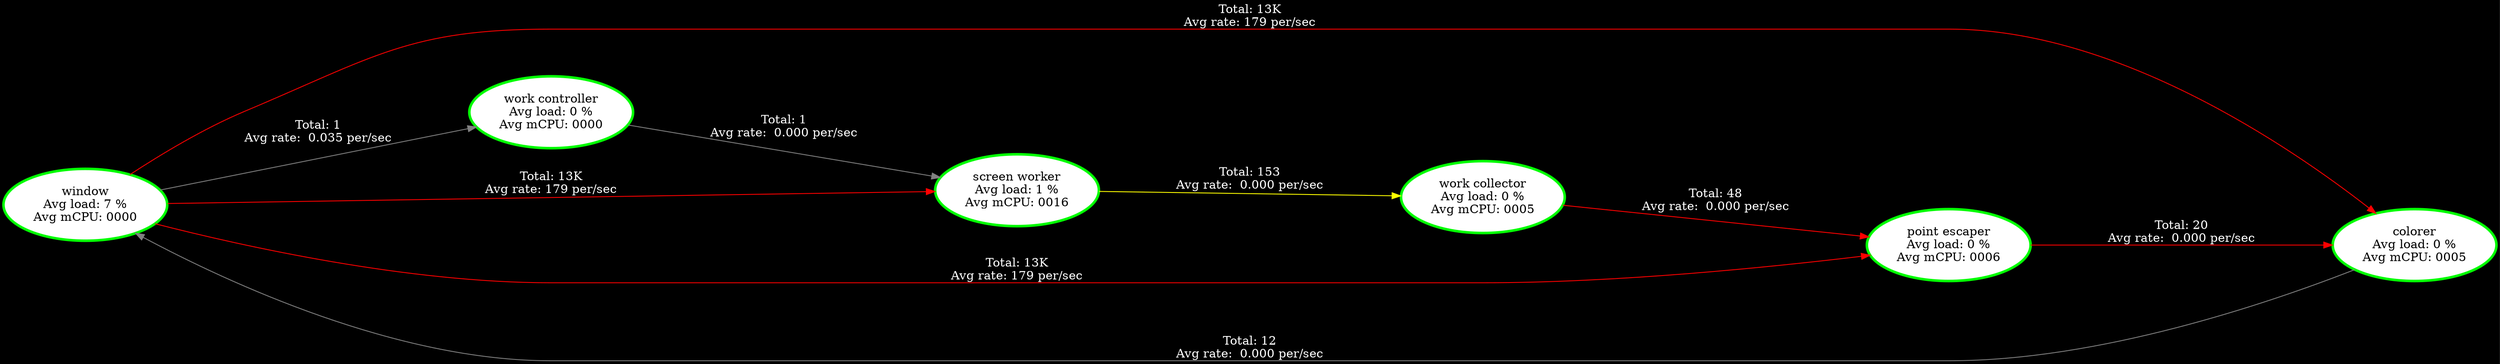
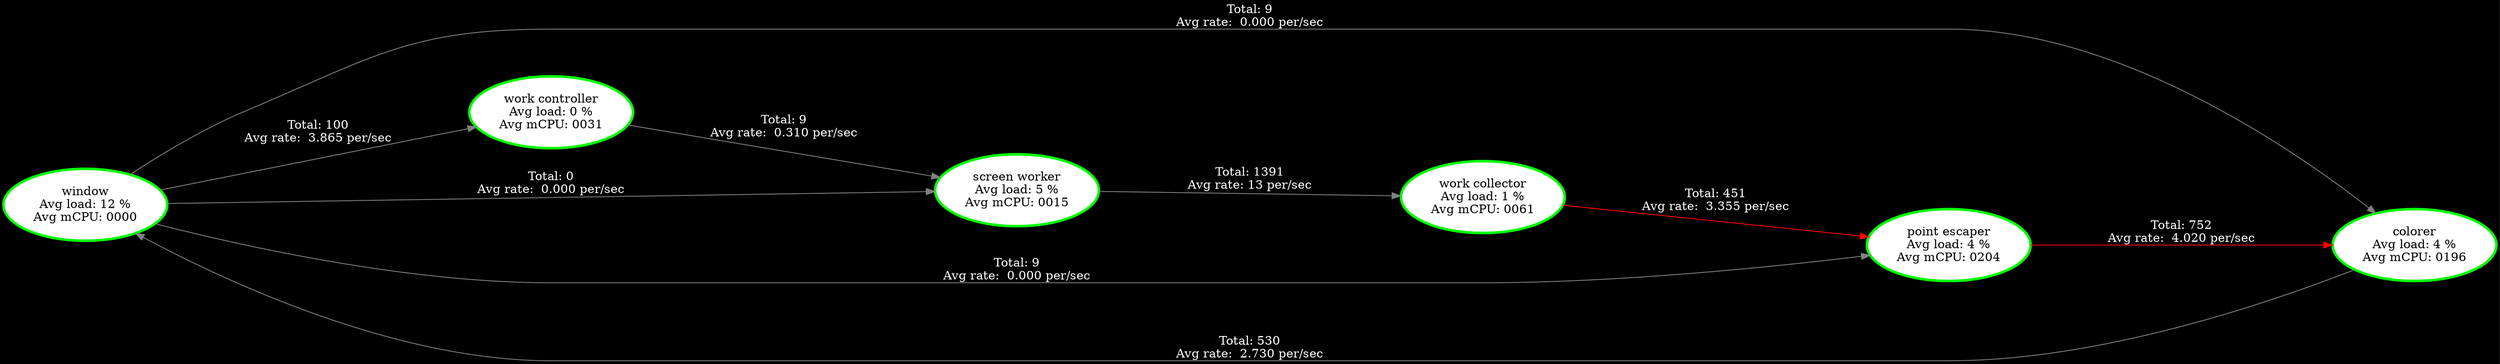
digraph G {
rankdir=LR;
graph [nodesep=.5, ranksep=2.5];
node [margin=0.1];
node [style=filled, fillcolor=white, fontcolor=black];
edge [color=white, fontcolor=white];
graph [bgcolor=black];
"window" [label="window
- Avg load: 7 %
+ Avg load: 12 %
Avg mCPU: 0000
- ", tooltip="window\n\nThreadId(15) Core:4\nWindow 12.8 secs\n--- Stats ---\nAvg load: 7 %\nAvg mCPU: 0000 \n", color="green", penwidth=3 ];
+ ", tooltip="window\n\nThreadId(15) Core:4\nWindow 12.8 secs\n--- Stats ---\nAvg load: 12 %\nAvg mCPU: 0000 \n", color="green", penwidth=3 ];
"colorer" [label="colorer
- Avg load: 0 %
- Avg mCPU: 0005
- ", tooltip="colorer\n\nThreadId(16) Core:5\nWindow 12.8 secs\n--- Stats ---\nAvg load: 0 %\nAvg mCPU: 0005 \n", color="green", penwidth=3 ];
+ Avg load: 4 %
+ Avg mCPU: 0196
+ ", tooltip="colorer\n\nThreadId(16) Core:5\nWindow 12.8 secs\n--- Stats ---\nAvg load: 4 %\nAvg mCPU: 0196 \n", color="green", penwidth=3 ];
"work controller" [label="work controller
Avg load: 0 %
- Avg mCPU: 0000
- ", tooltip="work controller\n\nThreadId(17) Core:6\nWindow 12.8 secs\n--- Stats ---\nAvg load: 0 %\nAvg mCPU: 0000 \n", color="green", penwidth=3 ];
+ Avg mCPU: 0031
+ ", tooltip="work controller\n\nThreadId(17) Core:6\nWindow 12.8 secs\n--- Stats ---\nAvg load: 0 %\nAvg mCPU: 0031 \n", color="green", penwidth=3 ];
"screen worker" [label="screen worker
+ Avg load: 5 %
+ Avg mCPU: 0015
+ ", tooltip="screen worker\n\nThreadId(18) Core:1\nWindow 12.8 secs\n--- Stats ---\nAvg load: 5 %\nAvg mCPU: 0015 \n", color="green", penwidth=3 ];
+ "work collector" [label="work collector
Avg load: 1 %
- Avg mCPU: 0016
- ", tooltip="screen worker\n\nThreadId(18) Core:1\nWindow 12.8 secs\n--- Stats ---\nAvg load: 1 %\nAvg mCPU: 0016 \n", color="green", penwidth=3 ];
- "work collector" [label="work collector
- Avg load: 0 %
- Avg mCPU: 0005
- ", tooltip="work collector\n\nThreadId(19) Core:2\nWindow 12.8 secs\n--- Stats ---\nAvg load: 0 %\nAvg mCPU: 0005 \n", color="green", penwidth=3 ];
+ Avg mCPU: 0061
+ ", tooltip="work collector\n\nThreadId(19) Core:2\nWindow 12.8 secs\n--- Stats ---\nAvg load: 1 %\nAvg mCPU: 0061 \n", color="green", penwidth=3 ];
"point escaper" [label="point escaper
- Avg load: 0 %
- Avg mCPU: 0006
- ", tooltip="point escaper\n\nThreadId(20) Core:3\nWindow 12.8 secs\n--- Stats ---\nAvg load: 0 %\nAvg mCPU: 0006 \n", color="green", penwidth=3 ];
- "colorer" -> "window" [label="Total: 12
+ Avg load: 4 %
+ Avg mCPU: 0204
+ ", tooltip="point escaper\n\nThreadId(20) Core:3\nWindow 12.8 secs\n--- Stats ---\nAvg load: 4 %\nAvg mCPU: 0204 \n", color="green", penwidth=3 ];
+ "colorer" -> "window" [label="Total: 530
+ Avg rate:  2.730 per/sec
+ ", tooltip="Window: 25.6 secs\nCH#3: Data\n Capacity: 2\n Volume: 1 (Total: 530)\n Saturation: 0%\n", color="#808080", penwidth=1];
+ "point escaper" -> "colorer" [label="Total: 752
+ Avg rate:  4.020 per/sec
+ ", tooltip="Window: 25.6 secs\nCH#9: Data\n Capacity: 2\n Volume: 2 (Total: 752)\n Saturation: 100%\n", color="#FF0000", penwidth=1];
+ "screen worker" -> "work collector" [label="Total: 1391
+ Avg rate: 13 per/sec
+ ", tooltip="Window: 25.6 secs\nCH#14: Data\n Capacity: 50\n Volume: 0 (Total: 1391)\n Saturation: 0%\n", color="#808080", penwidth=1];
+ "window" -> "colorer" [label="Total: 9
Avg rate:  0.000 per/sec
- ", tooltip="Window: 25.6 secs\nCH#3: Data\n Capacity: 2\n Volume: 1 (Total: 12)\n Saturation: 0%\n", color="#808080", penwidth=1];
- "point escaper" -> "colorer" [label="Total: 20
+ ", tooltip="Window: 25.6 secs\nCH#1: Data\n Capacity: 50\n Volume: 0 (Total: 9)\n Saturation: 0%\n", color="#808080", penwidth=1];
+ "window" -> "point escaper" [label="Total: 9
Avg rate:  0.000 per/sec
- ", tooltip="Window: 25.6 secs\nCH#9: Data\n Capacity: 2\n Volume: 2 (Total: 20)\n Saturation: 100%\n", color="#FF0000", penwidth=1];
- "screen worker" -> "work collector" [label="Total: 153
+ ", tooltip="Window: 25.6 secs\nCH#2: Data\n Capacity: 50\n Volume: 0 (Total: 9)\n Saturation: 0%\n", color="#808080", penwidth=1];
+ "window" -> "screen worker" [label="Total: 0
Avg rate:  0.000 per/sec
- ", tooltip="Window: 25.6 secs\nCH#17: Data\n Capacity: 50\n Volume: 48 (Total: 153)\n Saturation: 28%\n", color="#FFFF00", penwidth=1];
- "window" -> "colorer" [label="Total: 13K
- Avg rate: 179 per/sec
- ", tooltip="Window: 25.6 secs\nCH#1: Data\n Capacity: 50\n Volume: 50 (Total: 13K)\n Saturation: 84%\n", color="#FF0000", penwidth=1];
- "window" -> "point escaper" [label="Total: 13K
- Avg rate: 179 per/sec
- ", tooltip="Window: 25.6 secs\nCH#2: Data\n Capacity: 50\n Volume: 65 (Total: 13K)\n Saturation: 0%\n", color="#FF0000", penwidth=1];
- "window" -> "screen worker" [label="Total: 13K
- Avg rate: 179 per/sec
- ", tooltip="Window: 25.6 secs\nCH#5: Data\n Capacity: 50\n Volume: 47 (Total: 13K)\n Saturation: 0%\n", color="#FF0000", penwidth=1];
- "window" -> "work controller" [label="Total: 1
- Avg rate:  0.035 per/sec
- ", tooltip="Window: 25.6 secs\nCH#4: Data\n Capacity: 50\n Volume: 0 (Total: 1)\n Saturation: 0%\n", color="#808080", penwidth=1];
- "work collector" -> "point escaper" [label="Total: 48
- Avg rate:  0.000 per/sec
- ", tooltip="Window: 25.6 secs\nCH#18: Data\n Capacity: 2\n Volume: 2 (Total: 48)\n Saturation: 100%\n", color="#FF0000", penwidth=1];
- "work controller" -> "screen worker" [label="Total: 1
- Avg rate:  0.000 per/sec
- ", tooltip="Window: 25.6 secs\nCH#13: Data\n Capacity: 2\n Volume: 0 (Total: 1)\n Saturation: 0%\n", color="#808080", penwidth=1];
+ ", tooltip="Window: 25.6 secs\nCH#5: Data\n Capacity: 50\n Volume: 0 (Total: 0)\n Saturation: 0%\n", color="#808080", penwidth=1];
+ "window" -> "work controller" [label="Total: 100
+ Avg rate:  3.865 per/sec
+ ", tooltip="Window: 25.6 secs\nCH#4: Data\n Capacity: 50\n Volume: 0 (Total: 100)\n Saturation: 0%\n", color="#808080", penwidth=1];
+ "work collector" -> "point escaper" [label="Total: 451
+ Avg rate:  3.355 per/sec
+ ", tooltip="Window: 25.6 secs\nCH#15: Data\n Capacity: 2\n Volume: 0 (Total: 451)\n Saturation: 0%\n", color="#FF0000", penwidth=1];
+ "work controller" -> "screen worker" [label="Total: 9
+ Avg rate:  0.310 per/sec
+ ", tooltip="Window: 25.6 secs\nCH#10: Data\n Capacity: 2\n Volume: 0 (Total: 9)\n Saturation: 0%\n", color="#808080", penwidth=1];
}
